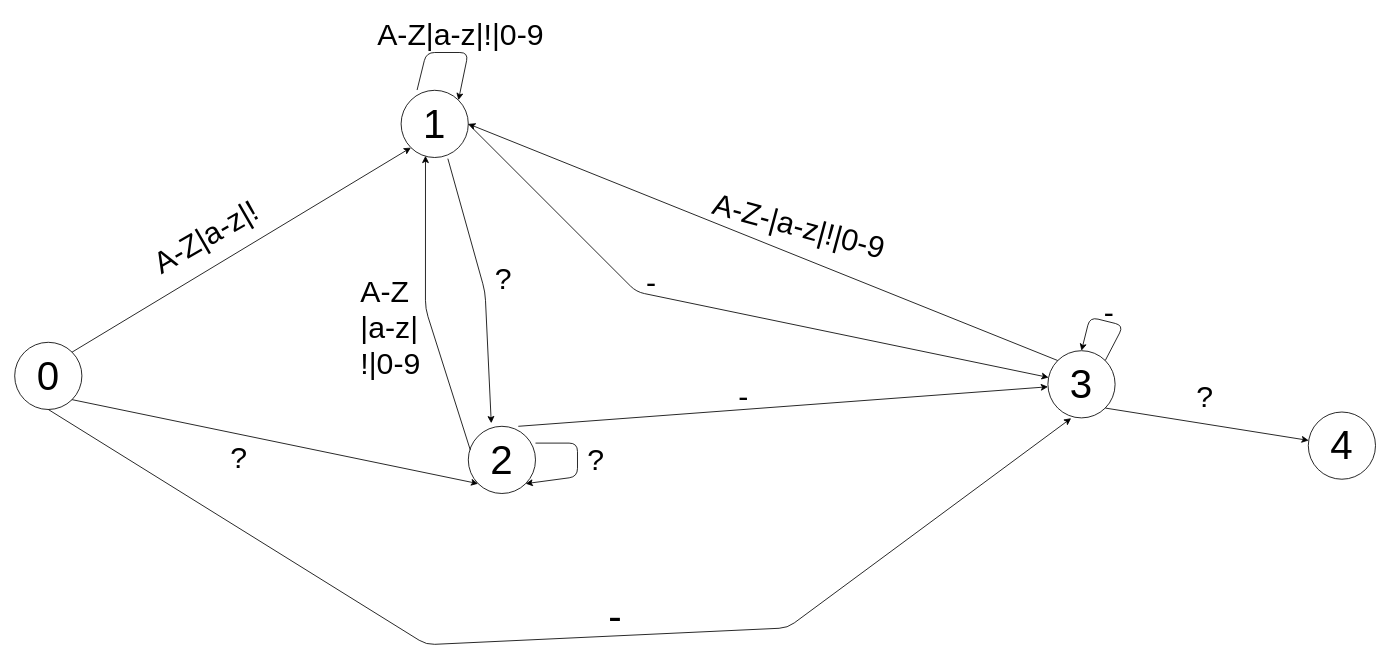
Above: labs/lab05/report/idq.drawio in ArtDu/Compiler-Theory (draw.io), before the change. Source tidied: cells renumbered, new cells numbered last; positions are measured from the earlier drawing's top-left corner, leaving out a move shared by most shapes. Both pictures are drawn from the tidied source at 84%, with x=0, y=0 at pixel (14, 14).
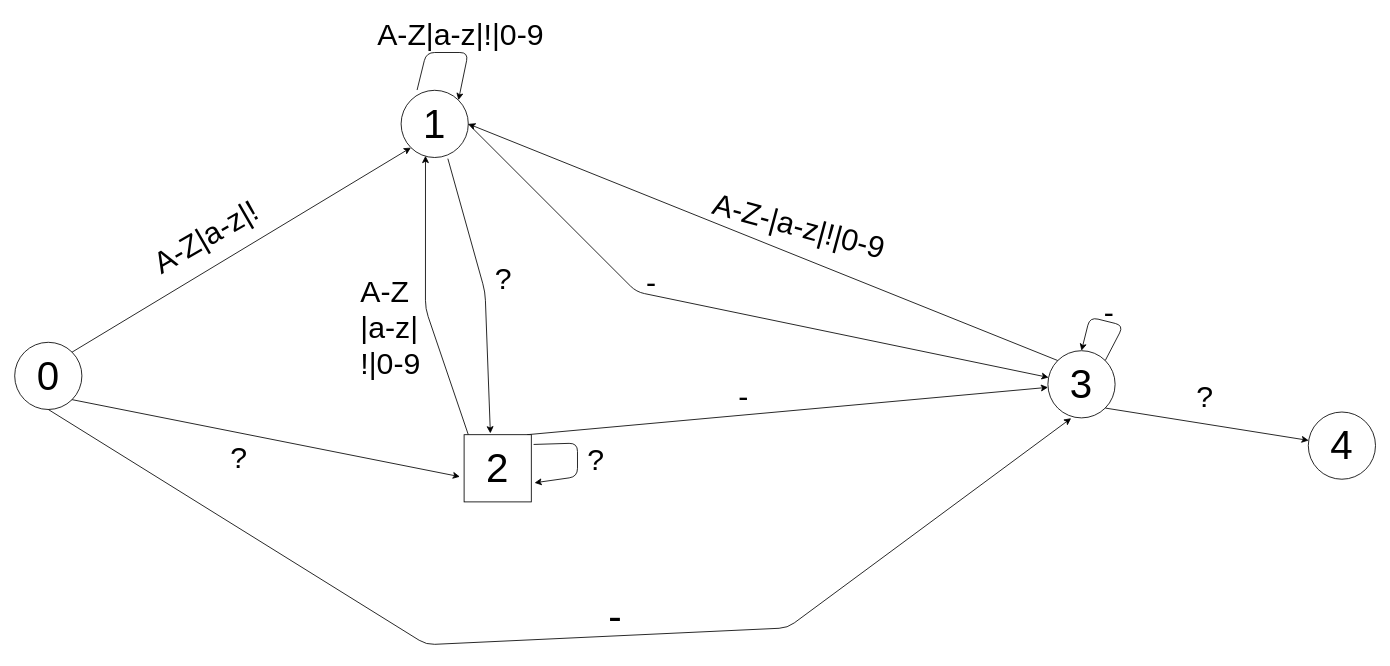
The same diagram, later.

Unchanged cells that the change refers to:
```xml
<mxCell id="3" value="&lt;font style=&quot;font-size: 48px&quot;&gt;0&lt;/font&gt;" style="ellipse;whiteSpace=wrap;html=1;" parent="1" vertex="1">
  <mxGeometry y="390" width="80" height="80" as="geometry" />
</mxCell>
<mxCell id="4" value="&lt;font style=&quot;font-size: 48px&quot;&gt;1&lt;/font&gt;" style="ellipse;whiteSpace=wrap;html=1;" parent="1" vertex="1">
  <mxGeometry x="460" y="90" width="80" height="80" as="geometry" />
</mxCell>
<mxCell id="6" value="&lt;font style=&quot;font-size: 48px&quot;&gt;3&lt;/font&gt;" style="ellipse;whiteSpace=wrap;html=1;" parent="1" vertex="1">
  <mxGeometry x="1230" y="400" width="80" height="80" as="geometry" />
</mxCell>
```

Diff of the diagram source:
```diff
@@
-    <mxCell id="5" value="&lt;font style=&quot;font-size: 48px&quot;&gt;2&lt;/font&gt;" style="ellipse;whiteSpace=wrap;html=1;" parent="1" vertex="1">
-      <mxGeometry x="540" y="490" width="80" height="80" as="geometry" />
-    </mxCell>
@@
-    <mxCell id="8" style="endArrow=classic;html=1;exitX=0.744;exitY=0;exitDx=0;exitDy=0;exitPerimeter=0;" parent="1" edge="1" source="5" target="6">
+    <mxCell id="8" style="endArrow=classic;html=1;exitX=0.938;exitY=0;exitDx=0;exitDy=0;exitPerimeter=0;" parent="1" edge="1" source="5" target="6">
       <mxGeometry relative="1" as="geometry" />
     </mxCell>
@@
-    <mxCell id="11" style="endArrow=classic;html=1;exitX=0.696;exitY=1.017;exitDx=0;exitDy=0;exitPerimeter=0;entryX=0.342;entryY=-0.046;entryDx=0;entryDy=0;entryPerimeter=0;" parent="1" edge="1" source="4" target="5">
+    <mxCell id="11" style="endArrow=classic;html=1;exitX=0.696;exitY=1.017;exitDx=0;exitDy=0;exitPerimeter=0;entryX=0.391;entryY=-0.02;entryDx=0;entryDy=0;entryPerimeter=0;" parent="1" edge="1" source="4" target="5">
       <mxGeometry relative="1" as="geometry">
         <Array as="points">
           <mxPoint x="560" y="330" />
         </Array>
       </mxGeometry>
     </mxCell>
@@
-    <mxCell id="13" style="endArrow=classic;html=1;exitX=1;exitY=1;exitDx=0;exitDy=0;entryX=0;entryY=1;entryDx=0;entryDy=0;" parent="1" edge="1" source="3" target="5">
-      <mxGeometry relative="1" as="geometry" />
+    <mxCell id="13" style="endArrow=classic;html=1;exitX=1;exitY=1;exitDx=0;exitDy=0;" parent="1" edge="1" source="3">
+      <mxGeometry relative="1" as="geometry">
+        <mxPoint x="530" y="550" as="targetPoint" />
+      </mxGeometry>
     </mxCell>
@@
-    <mxCell id="19" style="endArrow=classic;html=1;exitX=0.029;exitY=0.35;exitDx=0;exitDy=0;exitPerimeter=0;entryX=0.363;entryY=0.975;entryDx=0;entryDy=0;entryPerimeter=0;" parent="1" edge="1" source="5" target="4">
+    <mxCell id="19" style="endArrow=classic;html=1;entryX=0.363;entryY=0.975;entryDx=0;entryDy=0;entryPerimeter=0;" parent="1" edge="1" target="4">
       <mxGeometry relative="1" as="geometry">
+        <mxPoint x="540" y="500" as="sourcePoint" />
         <Array as="points">
           <mxPoint x="489" y="350" />
         </Array>
       </mxGeometry>
     </mxCell>
@@
-    <mxCell id="22" style="endArrow=classic;html=1;entryX=1;entryY=1;entryDx=0;entryDy=0;exitX=1;exitY=0.25;exitDx=0;exitDy=0;exitPerimeter=0;" parent="1" edge="1" source="5" target="5">
+    <mxCell id="22" style="endArrow=classic;html=1;exitX=1.034;exitY=0.145;exitDx=0;exitDy=0;exitPerimeter=0;entryX=1.048;entryY=0.716;entryDx=0;entryDy=0;entryPerimeter=0;" parent="1" edge="1" source="5" target="5">
       <mxGeometry relative="1" as="geometry">
         <Array as="points">
           <mxPoint x="670" y="510" />
           <mxPoint x="670" y="550" />
         </Array>
       </mxGeometry>
     </mxCell>
@@
+    <mxCell id="5" value="&lt;font style=&quot;font-size: 48px&quot;&gt;2&lt;/font&gt;" style="whiteSpace=wrap;html=1;" parent="1" vertex="1">
+      <mxGeometry x="535" y="500" width="80" height="80" as="geometry" />
+    </mxCell>
```
